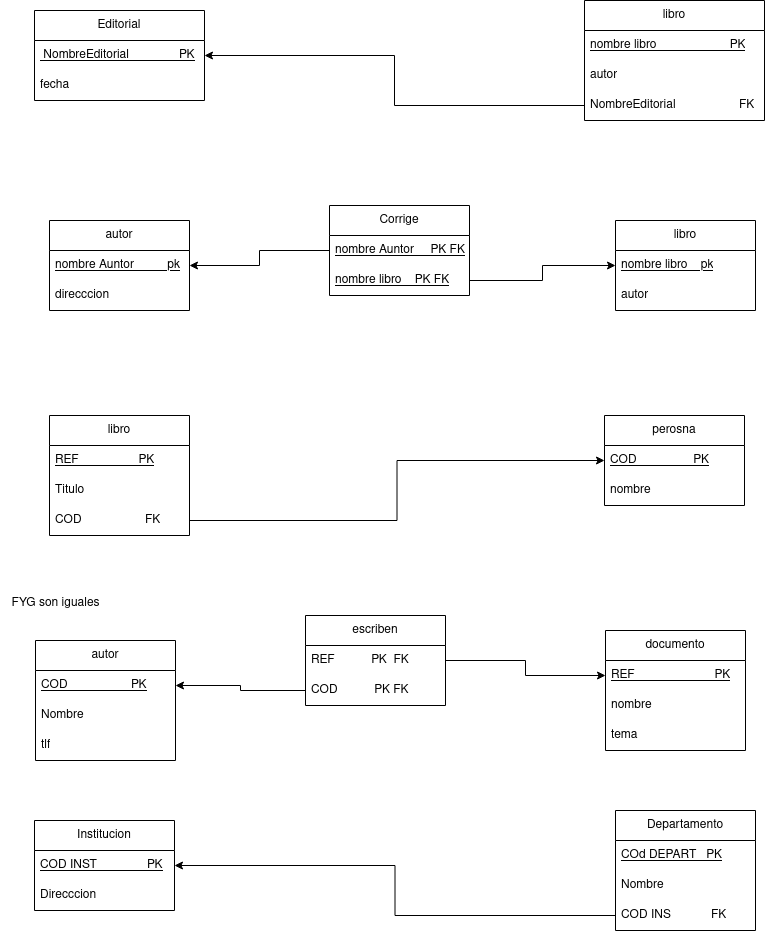
Above: Ejercicios/tarea2/modeloRelacional.png in adogonz23/BAE (draw.io), before the change. Source tidied: cells renumbered, new cells last; positions are measured from the earlier drawing's top-left corner, leaving out a move shared by most shapes.
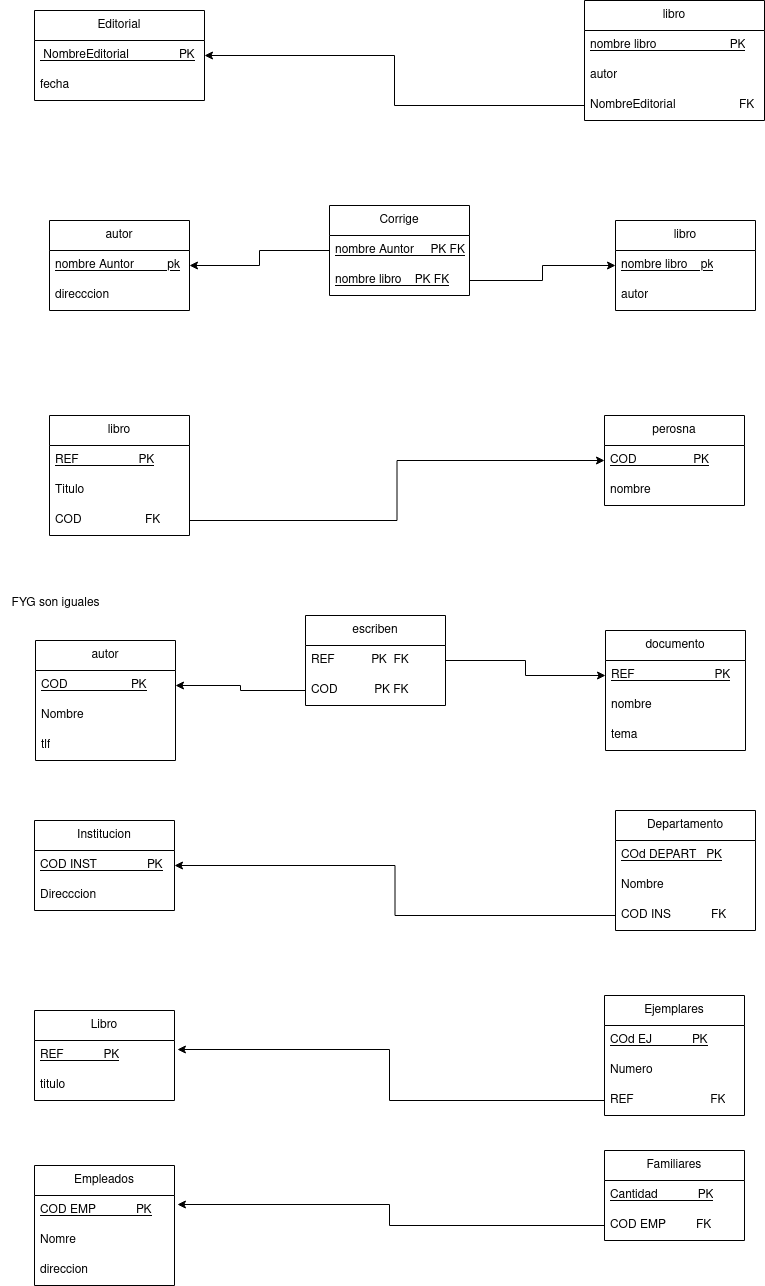
After the commit.

The edit, as a diff of the source:
```diff
@@ -149,5 +149,53 @@
     <mxCell id="50" style="edgeStyle=orthogonalEdgeStyle;rounded=0;jettySize=auto;html=1;entryX=1;entryY=0.5;entryDx=0;entryDy=0;" parent="1" edge="1" source="49" target="44">
       <mxGeometry relative="1" as="geometry" />
     </mxCell>
+    <mxCell id="51" value="Libro" style="swimlane;fontStyle=0;horizontal=1;startSize=30;whiteSpace=wrap;html=1;" parent="1" vertex="1">
+      <mxGeometry x="34" y="1010" width="140" height="90" as="geometry" />
+    </mxCell>
+    <mxCell id="52" value="&lt;u&gt;REF&amp;nbsp;&amp;nbsp;&amp;nbsp;&amp;nbsp;&amp;nbsp;&amp;nbsp;&amp;nbsp;&amp;nbsp;&amp;nbsp;&amp;nbsp;&amp;nbsp; PK&lt;/u&gt;" style="text;strokeColor=none;fillColor=none;align=left;verticalAlign=middle;spacingLeft=4;spacingRight=4;overflow=hidden;points=[[0,0.5],[1,0.5]];portConstraint=eastwest;whiteSpace=wrap;html=1;" parent="51" vertex="1">
+      <mxGeometry y="30" width="140" height="30" as="geometry" />
+    </mxCell>
+    <mxCell id="53" value="titulo" style="text;strokeColor=none;fillColor=none;align=left;verticalAlign=middle;spacingLeft=4;spacingRight=4;overflow=hidden;whiteSpace=wrap;html=1;" parent="51" vertex="1">
+      <mxGeometry y="60" width="140" height="30" as="geometry" />
+    </mxCell>
+    <mxCell id="54" value="Ejemplares" style="swimlane;fontStyle=0;horizontal=1;startSize=30;whiteSpace=wrap;html=1;" parent="1" vertex="1">
+      <mxGeometry x="604" y="995" width="140" height="120" as="geometry" />
+    </mxCell>
+    <mxCell id="55" value="&lt;u&gt;COd EJ&amp;nbsp;&amp;nbsp;&amp;nbsp;&amp;nbsp;&amp;nbsp;&amp;nbsp;&amp;nbsp;&amp;nbsp;&amp;nbsp;&amp;nbsp;&amp;nbsp; PK&lt;/u&gt;" style="text;strokeColor=none;fillColor=none;align=left;verticalAlign=middle;spacingLeft=4;spacingRight=4;overflow=hidden;whiteSpace=wrap;html=1;" parent="54" vertex="1">
+      <mxGeometry y="30" width="140" height="30" as="geometry" />
+    </mxCell>
+    <mxCell id="56" value="Numero" style="text;strokeColor=none;fillColor=none;align=left;verticalAlign=middle;spacingLeft=4;spacingRight=4;overflow=hidden;whiteSpace=wrap;html=1;" parent="54" vertex="1">
+      <mxGeometry y="60" width="140" height="30" as="geometry" />
+    </mxCell>
+    <mxCell id="57" value="REF&amp;nbsp;&amp;nbsp;&amp;nbsp;&amp;nbsp;&amp;nbsp;&amp;nbsp;&amp;nbsp;&amp;nbsp;&amp;nbsp;&amp;nbsp;&amp;nbsp;&amp;nbsp;&amp;nbsp;&amp;nbsp;&amp;nbsp;&amp;nbsp;&amp;nbsp;&amp;nbsp;&amp;nbsp;&amp;nbsp;&amp;nbsp;&amp;nbsp; FK" style="text;strokeColor=none;fillColor=none;align=left;verticalAlign=middle;spacingLeft=4;spacingRight=4;overflow=hidden;points=[[0,0.5],[1,0.5]];portConstraint=eastwest;whiteSpace=wrap;html=1;" parent="54" vertex="1">
+      <mxGeometry y="90" width="140" height="30" as="geometry" />
+    </mxCell>
+    <mxCell id="58" style="edgeStyle=orthogonalEdgeStyle;rounded=0;jettySize=auto;html=1;entryX=1.021;entryY=0.3;entryDx=0;entryDy=0;entryPerimeter=0;" parent="1" edge="1" source="57" target="52">
+      <mxGeometry relative="1" as="geometry" />
+    </mxCell>
+    <mxCell id="59" value="Empleados" style="swimlane;fontStyle=0;horizontal=1;startSize=30;whiteSpace=wrap;html=1;" parent="1" vertex="1">
+      <mxGeometry x="34" y="1165" width="140" height="120" as="geometry" />
+    </mxCell>
+    <mxCell id="60" value="&lt;u&gt;COD EMP &amp;nbsp;&amp;nbsp;&amp;nbsp;&amp;nbsp;&amp;nbsp;&amp;nbsp;&amp;nbsp;&amp;nbsp;&amp;nbsp;&amp;nbsp; PK&lt;/u&gt;" style="text;strokeColor=none;fillColor=none;align=left;verticalAlign=middle;spacingLeft=4;spacingRight=4;overflow=hidden;points=[[0,0.5],[1,0.5]];portConstraint=eastwest;whiteSpace=wrap;html=1;" parent="59" vertex="1">
+      <mxGeometry y="30" width="140" height="30" as="geometry" />
+    </mxCell>
+    <mxCell id="61" value="Nomre" style="text;strokeColor=none;fillColor=none;align=left;verticalAlign=middle;spacingLeft=4;spacingRight=4;overflow=hidden;whiteSpace=wrap;html=1;" parent="59" vertex="1">
+      <mxGeometry y="60" width="140" height="30" as="geometry" />
+    </mxCell>
+    <mxCell id="62" value="direccion" style="text;strokeColor=none;fillColor=none;align=left;verticalAlign=middle;spacingLeft=4;spacingRight=4;overflow=hidden;whiteSpace=wrap;html=1;" parent="59" vertex="1">
+      <mxGeometry y="90" width="140" height="30" as="geometry" />
+    </mxCell>
+    <mxCell id="63" value="Familiares" style="swimlane;fontStyle=0;horizontal=1;startSize=30;whiteSpace=wrap;html=1;" parent="1" vertex="1">
+      <mxGeometry x="604" y="1150" width="140" height="90" as="geometry" />
+    </mxCell>
+    <mxCell id="64" value="&lt;u&gt;Cantidad &amp;nbsp;&amp;nbsp;&amp;nbsp;&amp;nbsp;&amp;nbsp;&amp;nbsp;&amp;nbsp;&amp;nbsp;&amp;nbsp;&amp;nbsp; PK&lt;/u&gt;" style="text;strokeColor=none;fillColor=none;align=left;verticalAlign=middle;spacingLeft=4;spacingRight=4;overflow=hidden;whiteSpace=wrap;html=1;" parent="63" vertex="1">
+      <mxGeometry y="30" width="140" height="30" as="geometry" />
+    </mxCell>
+    <mxCell id="65" value="COD EMP&amp;nbsp;&amp;nbsp;&amp;nbsp;&amp;nbsp;&amp;nbsp;&amp;nbsp;&amp;nbsp;&amp;nbsp; FK" style="text;strokeColor=none;fillColor=none;align=left;verticalAlign=middle;spacingLeft=4;spacingRight=4;overflow=hidden;points=[[0,0.5],[1,0.5]];portConstraint=eastwest;whiteSpace=wrap;html=1;" parent="63" vertex="1">
+      <mxGeometry y="60" width="140" height="30" as="geometry" />
+    </mxCell>
+    <mxCell id="66" style="edgeStyle=orthogonalEdgeStyle;rounded=0;jettySize=auto;html=1;entryX=1.021;entryY=0.3;entryDx=0;entryDy=0;entryPerimeter=0;" parent="1" edge="1" source="65" target="60">
+      <mxGeometry relative="1" as="geometry" />
+    </mxCell>
   </root>
 </mxGraphModel>
```
